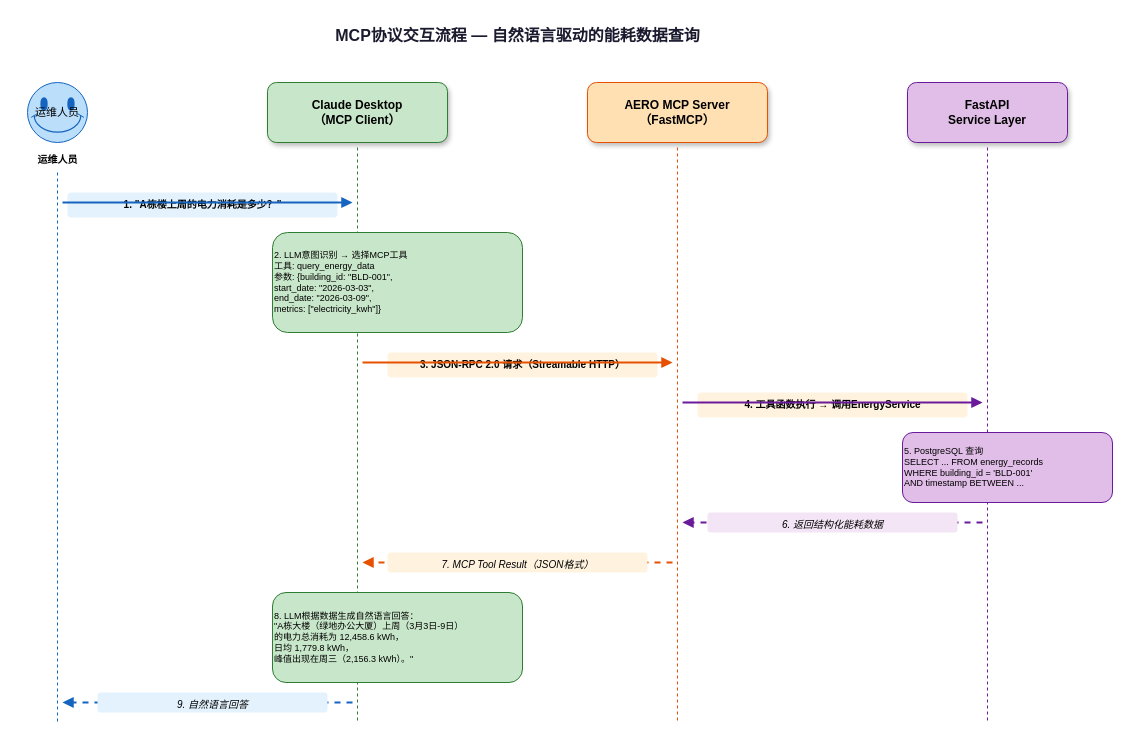
The draw.io diagram docs/competition/diagrams/mcp-interaction-flow.drawio in Eazed-Yu/AERO, before the edit. Source tidied: cells renumbered, new cells numbered last; positions are measured from the earlier drawing's top-left corner, leaving out a move shared by most shapes. Both pictures are drawn from the tidied source at 100%, with x=0, y=0 at pixel (17, 17).
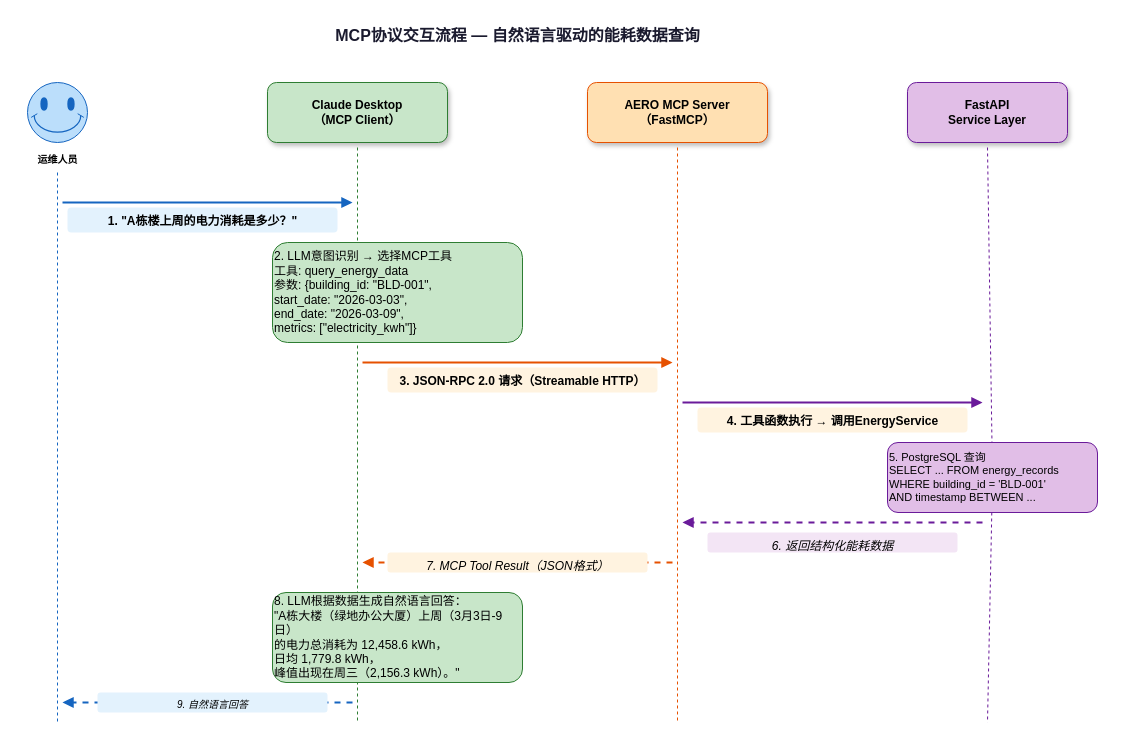
The same diagram, later.

What changed in the source:
```diff
@@
-    <mxCell id="3" value="运维人员" style="shape=mxgraph.basic.smiley;fillColor=#BBDEFB;strokeColor=#1565C0;fontSize=11;whiteSpace=wrap;" parent="1" vertex="1">
+    <mxCell id="3" style="shape=mxgraph.basic.smiley;fillColor=#BBDEFB;strokeColor=#1565C0;fontSize=11;whiteSpace=wrap;" parent="1" vertex="1">
       <mxGeometry x="10" y="65" width="60" height="60" as="geometry" />
     </mxCell>
@@
-    <mxCell id="11" style="endArrow=none;dashed=1;strokeColor=#6A1B9A;strokeWidth=1;" parent="1" edge="1">
+    <mxCell id="11" style="endArrow=none;dashed=1;strokeColor=#6A1B9A;strokeWidth=1;" parent="1" edge="1" source="19">
       <mxGeometry relative="1" as="geometry">
-        <mxPoint x="970" y="130" as="sourcePoint" />
         <mxPoint x="970" y="705" as="targetPoint" />
       </mxGeometry>
     </mxCell>
-    <mxCell id="12" value="1. &quot;A栋楼上周的电力消耗是多少？&quot;" style="text;html=1;align=center;strokeColor=none;fillColor=#E3F2FD;fontSize=10;fontStyle=1;rounded=1;" parent="1" vertex="1">
-      <mxGeometry x="50" y="175" width="270" height="25" as="geometry" />
+    <mxCell id="12" value="1. &quot;A栋楼上周的电力消耗是多少？&quot;" style="text;html=1;align=center;strokeColor=none;fillColor=#E3F2FD;fontSize=12;fontStyle=1;rounded=1;" parent="1" vertex="1">
+      <mxGeometry x="50" y="190" width="270" height="25" as="geometry" />
     </mxCell>
@@
-    <mxCell id="14" value="2. LLM意图识别 → 选择MCP工具&#10;工具: query_energy_data&#10;参数: {building_id: &quot;BLD-001&quot;, &#10;       start_date: &quot;2026-03-03&quot;,&#10;       end_date: &quot;2026-03-09&quot;,&#10;       metrics: [&quot;electricity_kwh&quot;]}" style="rounded=1;whiteSpace=wrap;html=1;fillColor=#C8E6C9;strokeColor=#2E7D32;fontSize=9;align=left;" parent="1" vertex="1">
-      <mxGeometry x="255" y="215" width="250" height="100" as="geometry" />
+    <mxCell id="14" value="&lt;font style=&quot;font-size: 12px;&quot;&gt;2. LLM意图识别 → 选择MCP工具&lt;br&gt;工具: query_energy_data&lt;br&gt;参数: {building_id: &quot;BLD-001&quot;, &lt;br&gt;       start_date: &quot;2026-03-03&quot;,&lt;br&gt;       end_date: &quot;2026-03-09&quot;,&lt;br&gt;       metrics: [&quot;electricity_kwh&quot;]}&lt;/font&gt;" style="rounded=1;whiteSpace=wrap;html=1;fillColor=#C8E6C9;strokeColor=#2E7D32;fontSize=9;align=left;" parent="1" vertex="1">
+      <mxGeometry x="255" y="225" width="250" height="100" as="geometry" />
     </mxCell>
-    <mxCell id="15" value="3. JSON-RPC 2.0 请求（Streamable HTTP）" style="text;html=1;align=center;strokeColor=none;fillColor=#FFF3E0;fontSize=10;fontStyle=1;rounded=1;" parent="1" vertex="1">
-      <mxGeometry x="370" y="335" width="270" height="25" as="geometry" />
+    <mxCell id="15" value="3. JSON-RPC 2.0 请求（Streamable HTTP）" style="text;html=1;align=center;strokeColor=none;fillColor=#FFF3E0;fontSize=12;fontStyle=1;rounded=1;" parent="1" vertex="1">
+      <mxGeometry x="370" y="350" width="270" height="25" as="geometry" />
     </mxCell>
@@
-    <mxCell id="17" value="4. 工具函数执行 → 调用EnergyService" style="text;html=1;align=center;strokeColor=none;fillColor=#FFF3E0;fontSize=10;fontStyle=1;rounded=1;" parent="1" vertex="1">
-      <mxGeometry x="680" y="375" width="270" height="25" as="geometry" />
+    <mxCell id="17" value="4. 工具函数执行 → 调用EnergyService" style="text;html=1;align=center;strokeColor=none;fillColor=#FFF3E0;fontSize=12;fontStyle=1;rounded=1;" parent="1" vertex="1">
+      <mxGeometry x="680" y="390" width="270" height="25" as="geometry" />
     </mxCell>
@@
-    <mxCell id="19" value="5. PostgreSQL 查询&#10;SELECT ... FROM energy_records&#10;WHERE building_id = 'BLD-001'&#10;AND timestamp BETWEEN ..." style="rounded=1;whiteSpace=wrap;html=1;fillColor=#E1BEE7;strokeColor=#6A1B9A;fontSize=9;align=left;" parent="1" vertex="1">
-      <mxGeometry x="885" y="415" width="210" height="70" as="geometry" />
-    </mxCell>
@@
-    <mxCell id="21" value="6. 返回结构化能耗数据" style="text;html=1;align=center;strokeColor=none;fillColor=#F3E5F5;fontSize=10;fontStyle=2;rounded=1;" parent="1" vertex="1">
-      <mxGeometry x="690" y="495" width="250" height="20" as="geometry" />
+    <mxCell id="21" value="6. 返回结构化能耗数据" style="text;html=1;align=center;strokeColor=none;fillColor=#F3E5F5;fontSize=12;fontStyle=2;rounded=1;" parent="1" vertex="1">
+      <mxGeometry x="690" y="515" width="250" height="20" as="geometry" />
     </mxCell>
@@
-    <mxCell id="23" value="7. MCP Tool Result（JSON格式）" style="text;html=1;align=center;strokeColor=none;fillColor=#FFF3E0;fontSize=10;fontStyle=2;rounded=1;" parent="1" vertex="1">
+    <mxCell id="23" value="7. MCP Tool Result（JSON格式）" style="text;html=1;align=center;strokeColor=none;fillColor=#FFF3E0;fontSize=12;fontStyle=2;rounded=1;" parent="1" vertex="1">
       <mxGeometry x="370" y="535" width="260" height="20" as="geometry" />
     </mxCell>
-    <mxCell id="24" value="8. LLM根据数据生成自然语言回答：&#10;&quot;A栋大楼（绿地办公大厦）上周（3月3日-9日）&#10;的电力总消耗为 12,458.6 kWh，&#10;日均 1,779.8 kWh，&#10;峰值出现在周三（2,156.3 kWh）。&quot;" style="rounded=1;whiteSpace=wrap;html=1;fillColor=#C8E6C9;strokeColor=#2E7D32;fontSize=9;align=left;" parent="1" vertex="1">
+    <mxCell id="24" value="&lt;font style=&quot;font-size: 12px;&quot;&gt;8. LLM根据数据生成自然语言回答：&lt;br&gt;&quot;A栋大楼（绿地办公大厦）上周（3月3日-9日）&lt;br&gt;的电力总消耗为 12,458.6 kWh，&lt;br&gt;日均 1,779.8 kWh，&lt;br&gt;峰值出现在周三（2,156.3 kWh）。&quot;&lt;/font&gt;" style="rounded=1;whiteSpace=wrap;html=1;fillColor=#C8E6C9;strokeColor=#2E7D32;fontSize=9;align=left;" parent="1" vertex="1">
       <mxGeometry x="255" y="575" width="250" height="90" as="geometry" />
     </mxCell>
@@
+    <mxCell id="27" style="endArrow=none;dashed=1;strokeColor=#6A1B9A;strokeWidth=1;" parent="1" edge="1" target="19">
+      <mxGeometry relative="1" as="geometry">
+        <mxPoint x="970" y="130" as="sourcePoint" />
+      </mxGeometry>
+    </mxCell>
+    <mxCell id="19" value="&lt;font style=&quot;font-size: 11px;&quot;&gt;5. PostgreSQL 查询&lt;br&gt;SELECT ... FROM energy_records&lt;br&gt;WHERE building_id = 'BLD-001'&lt;br&gt;AND timestamp BETWEEN ...&lt;/font&gt;" style="rounded=1;whiteSpace=wrap;html=1;fillColor=#E1BEE7;strokeColor=#6A1B9A;fontSize=9;align=left;" parent="1" vertex="1">
+      <mxGeometry x="870" y="425" width="210" height="70" as="geometry" />
+    </mxCell>
```
